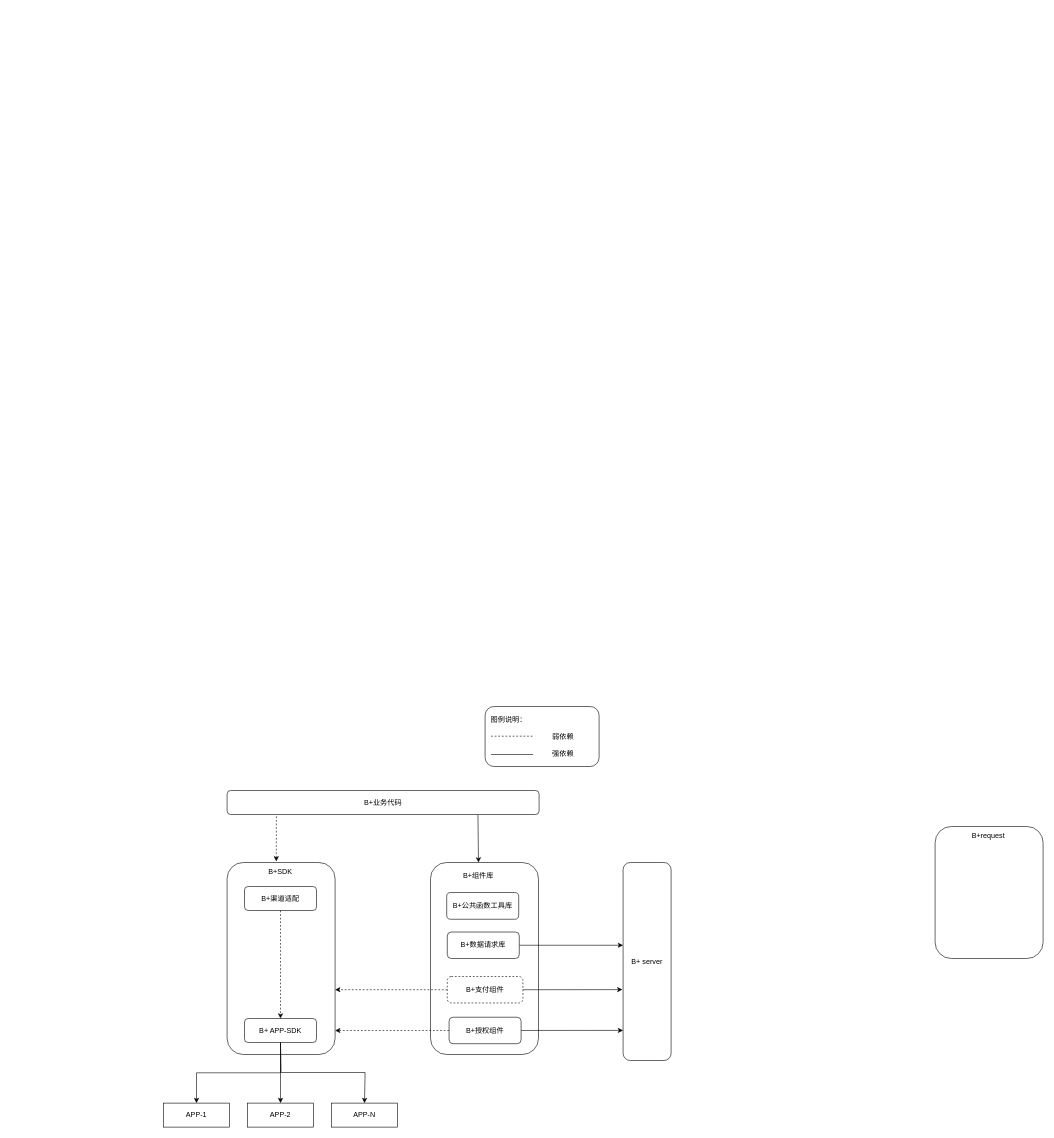
huturenji/drawio keeps this draw.io diagram as page "B+代码结构" (6 of 6) of B+.drawio. Above is the earlier version. Source tidied: cells renumbered, new cells numbered last; positions are measured from the earlier drawing's top-left corner, leaving out a move shared by most shapes. Both pictures are drawn from the tidied source at 60%, with x=0, y=0 at pixel (163, 706).
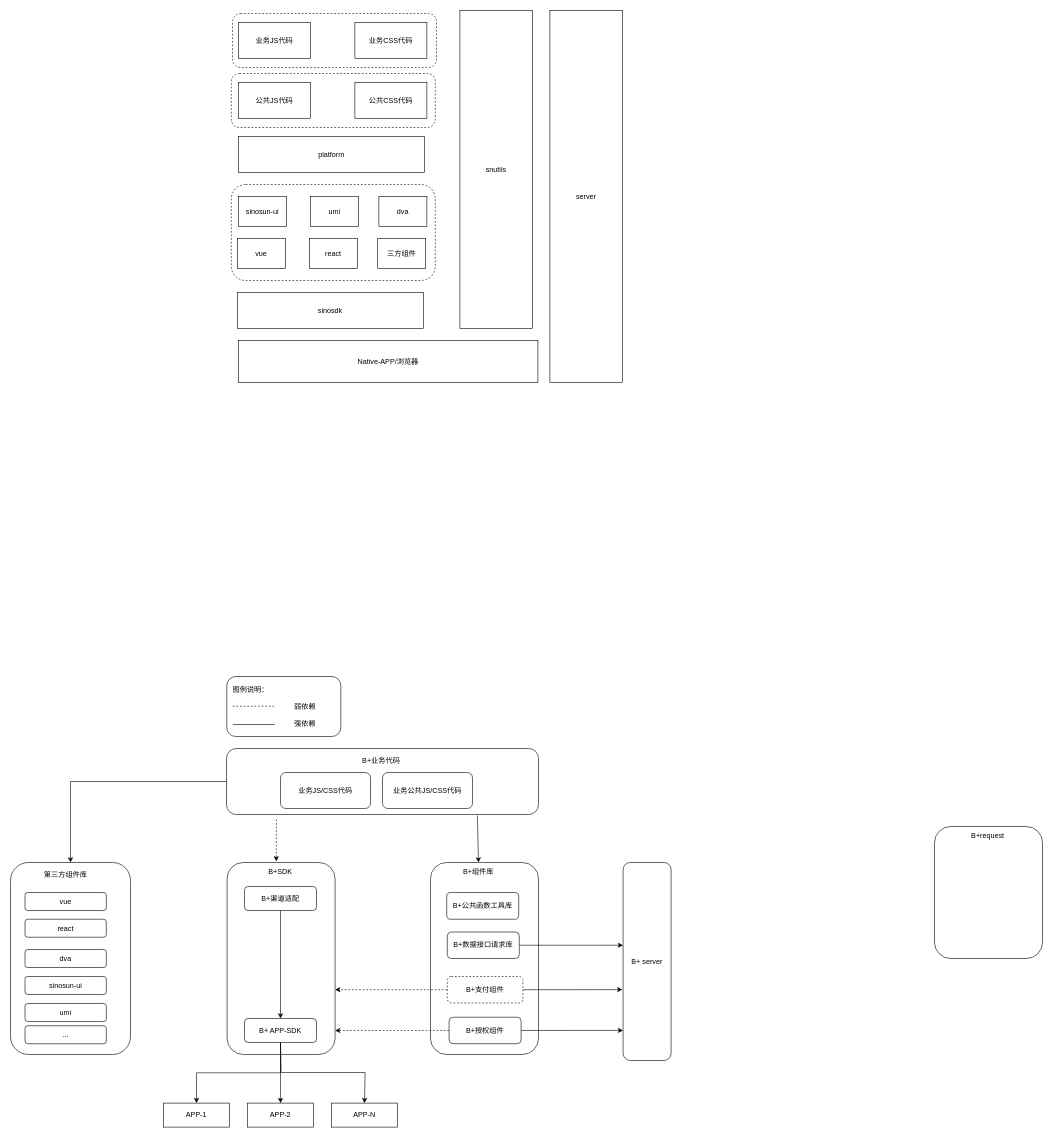
Above is the later version.

The change refers to these unchanged cells:
```xml
<mxCell id="6" value="B+ APP-SDK" style="rounded=1;whiteSpace=wrap;html=1;" parent="1" vertex="1">
  <mxGeometry x="135" y="520" width="120" height="40" as="geometry" />
</mxCell>
<mxCell id="11" value="B+渠道适配" style="rounded=1;whiteSpace=wrap;html=1;" parent="1" vertex="1">
  <mxGeometry x="135" y="300" width="120" height="40" as="geometry" />
</mxCell>
<mxCell id="16" value="B+SDK" style="text;html=1;strokeColor=none;fillColor=none;align=center;verticalAlign=middle;whiteSpace=wrap;rounded=0;" parent="1" vertex="1">
  <mxGeometry x="165" y="260" width="60" height="30" as="geometry" />
</mxCell>
```

The edit, as a diff of the source:
```diff
@@
-    <mxCell id="2" style="rounded=1;whiteSpace=wrap;html=1;" parent="1" vertex="1">
-      <mxGeometry x="536" width="190" height="100" as="geometry" />
-    </mxCell>
+    <mxCell id="38" style="rounded=1;whiteSpace=wrap;html=1;dashed=1;" parent="1" vertex="1">
+      <mxGeometry x="113" y="-870" width="340" height="160" as="geometry" />
+    </mxCell>
+    <mxCell id="39" style="rounded=1;whiteSpace=wrap;html=1;dashed=1;" parent="1" vertex="1">
+      <mxGeometry x="113" y="-1055" width="340" height="90" as="geometry" />
+    </mxCell>
+    <mxCell id="40" style="rounded=1;whiteSpace=wrap;html=1;dashed=1;" parent="1" vertex="1">
+      <mxGeometry x="115" y="-1155" width="340" height="90" as="geometry" />
+    </mxCell>
@@
-    <mxCell id="12" style="endArrow=classic;html=1;rounded=0;exitX=0.5;exitY=1;exitDx=0;exitDy=0;dashed=1;" parent="1" edge="1" source="11" target="6">
+    <mxCell id="12" style="endArrow=classic;html=1;rounded=0;exitX=0.5;exitY=1;exitDx=0;exitDy=0;" parent="1" edge="1" source="11" target="6">
       <mxGeometry relative="1" as="geometry" />
     </mxCell>
-    <mxCell id="13" style="edgeStyle=none;rounded=0;jettySize=auto;html=1;exitX=0.158;exitY=1.075;exitDx=0;exitDy=0;entryX=0.383;entryY=-0.06;entryDx=0;entryDy=0;dashed=1;exitPerimeter=0;entryPerimeter=0;" parent="1" edge="1" source="15" target="16">
-      <mxGeometry relative="1" as="geometry" />
+    <mxCell id="13" style="edgeStyle=none;rounded=0;jettySize=auto;html=1;exitX=0.158;exitY=1.075;exitDx=0;exitDy=0;entryX=0.383;entryY=-0.06;entryDx=0;entryDy=0;dashed=1;exitPerimeter=0;entryPerimeter=0;" parent="1" edge="1" target="16">
+      <mxGeometry relative="1" as="geometry">
+        <mxPoint x="188.2" y="188.2" as="sourcePoint" />
+      </mxGeometry>
     </mxCell>
-    <mxCell id="14" style="edgeStyle=none;rounded=0;jettySize=auto;html=1;exitX=0.804;exitY=1.015;exitDx=0;exitDy=0;entryX=0.5;entryY=0;entryDx=0;entryDy=0;exitPerimeter=0;" parent="1" edge="1" source="15" target="23">
-      <mxGeometry relative="1" as="geometry" />
+    <mxCell id="14" style="edgeStyle=none;rounded=0;jettySize=auto;html=1;exitX=0.804;exitY=1.015;exitDx=0;exitDy=0;exitPerimeter=0;" parent="1" edge="1" source="15">
+      <mxGeometry relative="1" as="geometry">
+        <mxPoint x="525" y="260" as="targetPoint" />
+      </mxGeometry>
     </mxCell>
+    <mxCell id="41" style="edgeStyle=orthogonalEdgeStyle;rounded=0;jettySize=auto;html=1;exitX=0;exitY=0.5;exitDx=0;exitDy=0;" parent="1" edge="1" source="15" target="60">
+      <mxGeometry relative="1" as="geometry" />
+    </mxCell>
-    <mxCell id="15" value="B+业务代码" style="rounded=1;whiteSpace=wrap;html=1;" parent="1" vertex="1">
-      <mxGeometry x="106" y="140" width="520" height="40" as="geometry" />
+    <mxCell id="15" style="rounded=1;whiteSpace=wrap;html=1;" parent="1" vertex="1">
+      <mxGeometry x="105" y="70" width="520" height="110" as="geometry" />
     </mxCell>
@@
     <mxCell id="18" style="group;" parent="1" vertex="1">
-      <mxGeometry x="1286" y="200" width="180" height="220" as="geometry" />
+      <mxGeometry x="1285" y="200" width="180" height="220" as="geometry" />
     </mxCell>
@@
     <mxCell id="23" value="B+组件库" style="text;html=1;strokeColor=none;fillColor=none;align=center;verticalAlign=middle;whiteSpace=wrap;rounded=0;" parent="1" vertex="1">
-      <mxGeometry x="495" y="260" width="60" height="43.6" as="geometry" />
+      <mxGeometry x="495" y="253.2" width="60" height="43.6" as="geometry" />
     </mxCell>
@@
-    <mxCell id="25" value="B+数据请求库" style="rounded=1;whiteSpace=wrap;html=1;" parent="1" vertex="1">
+    <mxCell id="25" value="B+数据接口请求库" style="rounded=1;whiteSpace=wrap;html=1;" parent="1" vertex="1">
       <mxGeometry x="473" y="375.9" width="120" height="44.1" as="geometry" />
     </mxCell>
@@
+    <mxCell id="42" style="group;" parent="1" vertex="1">
+      <mxGeometry x="94.5" y="-50" width="201" height="100" as="geometry" />
+    </mxCell>
+    <mxCell id="2" style="rounded=1;whiteSpace=wrap;html=1;" parent="42" vertex="1">
+      <mxGeometry x="11" width="190" height="100" as="geometry" />
+    </mxCell>
-    <mxCell id="33" style="endArrow=none;dashed=1;html=1;rounded=0;" parent="1" edge="1">
+    <mxCell id="33" style="endArrow=none;dashed=1;html=1;rounded=0;" parent="42" edge="1">
       <mxGeometry relative="1" as="geometry">
-        <mxPoint x="546" y="49.5" as="sourcePoint" />
-        <mxPoint x="616" y="49.5" as="targetPoint" />
+        <mxPoint x="21" y="49.5" as="sourcePoint" />
+        <mxPoint x="91" y="49.5" as="targetPoint" />
       </mxGeometry>
     </mxCell>
-    <mxCell id="34" value="弱依赖" style="text;html=1;strokeColor=none;fillColor=none;align=center;verticalAlign=middle;whiteSpace=wrap;rounded=0;dashed=1;" parent="1" vertex="1">
-      <mxGeometry x="636" y="35" width="60" height="30" as="geometry" />
+    <mxCell id="34" value="弱依赖" style="text;html=1;strokeColor=none;fillColor=none;align=center;verticalAlign=middle;whiteSpace=wrap;rounded=0;dashed=1;" parent="42" vertex="1">
+      <mxGeometry x="111" y="35" width="60" height="30" as="geometry" />
     </mxCell>
-    <mxCell id="35" value="图例说明：" style="text;html=1;strokeColor=none;fillColor=none;align=center;verticalAlign=middle;whiteSpace=wrap;rounded=0;" parent="1" vertex="1">
-      <mxGeometry x="525" y="10" width="101" height="25" as="geometry" />
+    <mxCell id="35" value="图例说明：" style="text;html=1;strokeColor=none;fillColor=none;align=center;verticalAlign=middle;whiteSpace=wrap;rounded=0;" parent="42" vertex="1">
+      <mxGeometry y="10" width="101" height="25" as="geometry" />
     </mxCell>
-    <mxCell id="36" style="endArrow=none;html=1;rounded=0;" parent="1" edge="1">
+    <mxCell id="36" style="endArrow=none;html=1;rounded=0;" parent="42" edge="1">
       <mxGeometry relative="1" as="geometry">
-        <mxPoint x="546" y="80" as="sourcePoint" />
-        <mxPoint x="616" y="80" as="targetPoint" />
+        <mxPoint x="21" y="80" as="sourcePoint" />
+        <mxPoint x="91" y="80" as="targetPoint" />
       </mxGeometry>
     </mxCell>
-    <mxCell id="37" value="强依赖" style="text;html=1;strokeColor=none;fillColor=none;align=center;verticalAlign=middle;whiteSpace=wrap;rounded=0;dashed=1;" parent="1" vertex="1">
-      <mxGeometry x="636" y="64" width="60" height="30" as="geometry" />
+    <mxCell id="37" value="强依赖" style="text;html=1;strokeColor=none;fillColor=none;align=center;verticalAlign=middle;whiteSpace=wrap;rounded=0;dashed=1;" parent="42" vertex="1">
+      <mxGeometry x="111" y="64" width="60" height="30" as="geometry" />
     </mxCell>
+    <mxCell id="43" value="server" style="rounded=0;whiteSpace=wrap;html=1;" parent="1" vertex="1">
+      <mxGeometry x="644" y="-1160" width="121" height="620" as="geometry" />
+    </mxCell>
+    <mxCell id="44" value="snutils" style="rounded=0;whiteSpace=wrap;html=1;" parent="1" vertex="1">
+      <mxGeometry x="494" y="-1160" width="121" height="530" as="geometry" />
+    </mxCell>
+    <mxCell id="45" value="Native-APP/浏览器" style="rounded=0;whiteSpace=wrap;html=1;" parent="1" vertex="1">
+      <mxGeometry x="125" y="-610" width="499" height="70" as="geometry" />
+    </mxCell>
+    <mxCell id="46" value="业务JS代码" style="rounded=0;whiteSpace=wrap;html=1;" parent="1" vertex="1">
+      <mxGeometry x="125" y="-1140" width="120" height="60" as="geometry" />
+    </mxCell>
+    <mxCell id="47" value="业务CSS代码" style="rounded=0;whiteSpace=wrap;html=1;" parent="1" vertex="1">
+      <mxGeometry x="319" y="-1140" width="120" height="60" as="geometry" />
+    </mxCell>
+    <mxCell id="48" value="公共JS代码" style="rounded=0;whiteSpace=wrap;html=1;" parent="1" vertex="1">
+      <mxGeometry x="125" y="-1040" width="120" height="60" as="geometry" />
+    </mxCell>
+    <mxCell id="49" value="公共CSS代码" style="rounded=0;whiteSpace=wrap;html=1;" parent="1" vertex="1">
+      <mxGeometry x="319" y="-1040" width="120" height="60" as="geometry" />
+    </mxCell>
+    <mxCell id="50" value="platform" style="rounded=0;whiteSpace=wrap;html=1;" parent="1" vertex="1">
+      <mxGeometry x="125" y="-950" width="310" height="60" as="geometry" />
+    </mxCell>
+    <mxCell id="51" value="sinosun-ui" style="rounded=0;whiteSpace=wrap;html=1;" parent="1" vertex="1">
+      <mxGeometry x="125" y="-850" width="80" height="50" as="geometry" />
+    </mxCell>
+    <mxCell id="52" value="umi" style="rounded=0;whiteSpace=wrap;html=1;" parent="1" vertex="1">
+      <mxGeometry x="245" y="-850" width="80" height="50" as="geometry" />
+    </mxCell>
+    <mxCell id="53" value="dva" style="rounded=0;whiteSpace=wrap;html=1;" parent="1" vertex="1">
+      <mxGeometry x="359" y="-850" width="80" height="50" as="geometry" />
+    </mxCell>
+    <mxCell id="54" value="vue" style="rounded=0;whiteSpace=wrap;html=1;" parent="1" vertex="1">
+      <mxGeometry x="123" y="-780" width="80" height="50" as="geometry" />
+    </mxCell>
+    <mxCell id="55" value="react" style="rounded=0;whiteSpace=wrap;html=1;" parent="1" vertex="1">
+      <mxGeometry x="243" y="-780" width="80" height="50" as="geometry" />
+    </mxCell>
+    <mxCell id="56" value="三方组件" style="rounded=0;whiteSpace=wrap;html=1;" parent="1" vertex="1">
+      <mxGeometry x="357" y="-780" width="80" height="50" as="geometry" />
+    </mxCell>
+    <mxCell id="57" value="sinosdk" style="rounded=0;whiteSpace=wrap;html=1;" parent="1" vertex="1">
+      <mxGeometry x="123" y="-690" width="310" height="60" as="geometry" />
+    </mxCell>
+    <mxCell id="58" value="B+业务代码" style="text;html=1;strokeColor=none;fillColor=none;align=center;verticalAlign=middle;whiteSpace=wrap;rounded=0;dashed=1;" parent="1" vertex="1">
+      <mxGeometry x="315" y="80" width="96" height="20" as="geometry" />
+    </mxCell>
+    <mxCell id="59" value="业务JS/CSS代码" style="rounded=1;whiteSpace=wrap;html=1;" parent="1" vertex="1">
+      <mxGeometry x="195" y="110" width="150" height="60" as="geometry" />
+    </mxCell>
+    <mxCell id="60" style="rounded=1;whiteSpace=wrap;html=1;" parent="1" vertex="1">
+      <mxGeometry x="-255" y="260" width="200" height="320" as="geometry" />
+    </mxCell>
+    <mxCell id="61" value="第三方组件库" style="text;html=1;strokeColor=none;fillColor=none;align=center;verticalAlign=middle;whiteSpace=wrap;rounded=0;dashed=1;" parent="1" vertex="1">
+      <mxGeometry x="-211" y="270" width="96" height="20" as="geometry" />
+    </mxCell>
+    <mxCell id="62" value="vue" style="rounded=1;whiteSpace=wrap;html=1;" parent="1" vertex="1">
+      <mxGeometry x="-230.8" y="310" width="135.5" height="30" as="geometry" />
+    </mxCell>
+    <mxCell id="63" value="react" style="rounded=1;whiteSpace=wrap;html=1;" parent="1" vertex="1">
+      <mxGeometry x="-230.8" y="354.6" width="135.5" height="30" as="geometry" />
+    </mxCell>
+    <mxCell id="64" value="dva" style="rounded=1;whiteSpace=wrap;html=1;" parent="1" vertex="1">
+      <mxGeometry x="-230.8" y="405" width="135.5" height="30" as="geometry" />
+    </mxCell>
+    <mxCell id="65" value="sinosun-ui" style="rounded=1;whiteSpace=wrap;html=1;" parent="1" vertex="1">
+      <mxGeometry x="-230.8" y="450" width="135.5" height="30" as="geometry" />
+    </mxCell>
+    <mxCell id="66" value="umi" style="rounded=1;whiteSpace=wrap;html=1;" parent="1" vertex="1">
+      <mxGeometry x="-230.8" y="495" width="135.5" height="30" as="geometry" />
+    </mxCell>
+    <mxCell id="67" value="..." style="rounded=1;whiteSpace=wrap;html=1;" parent="1" vertex="1">
+      <mxGeometry x="-230.8" y="532.1" width="135.5" height="30" as="geometry" />
+    </mxCell>
+    <mxCell id="68" value="业务公共JS/CSS代码" style="rounded=1;whiteSpace=wrap;html=1;" parent="1" vertex="1">
+      <mxGeometry x="365" y="110" width="150" height="60" as="geometry" />
+    </mxCell>
```
